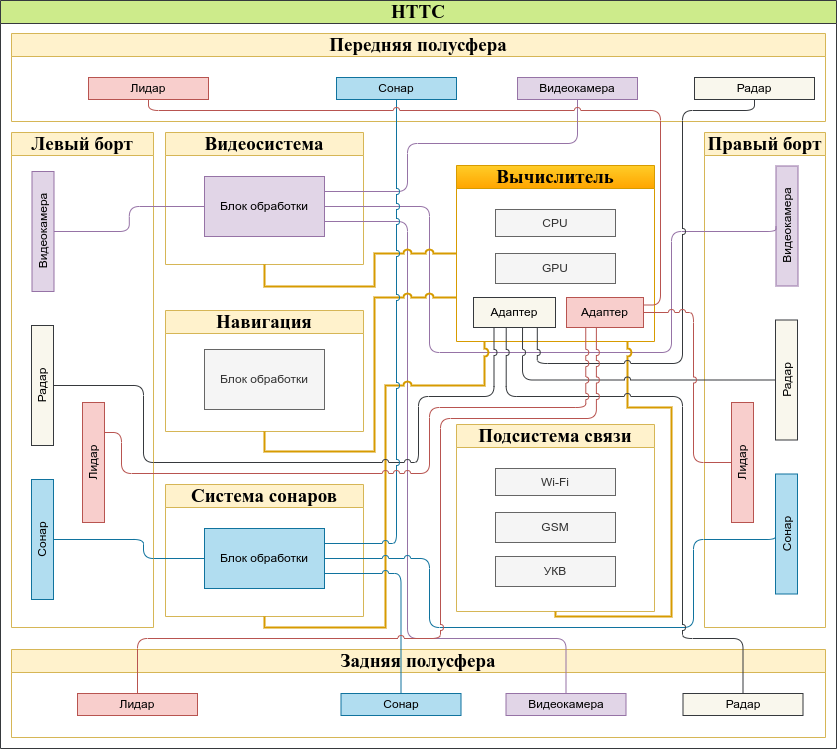
This is Dissertation/images/drawio/tech.drawio.png from dreddsa5dies/phd, a draw.io export, as it was before one commit. Source tidied: cells renumbered, new cells last; positions are measured from the earlier drawing's top-left corner, leaving out a move shared by most shapes.
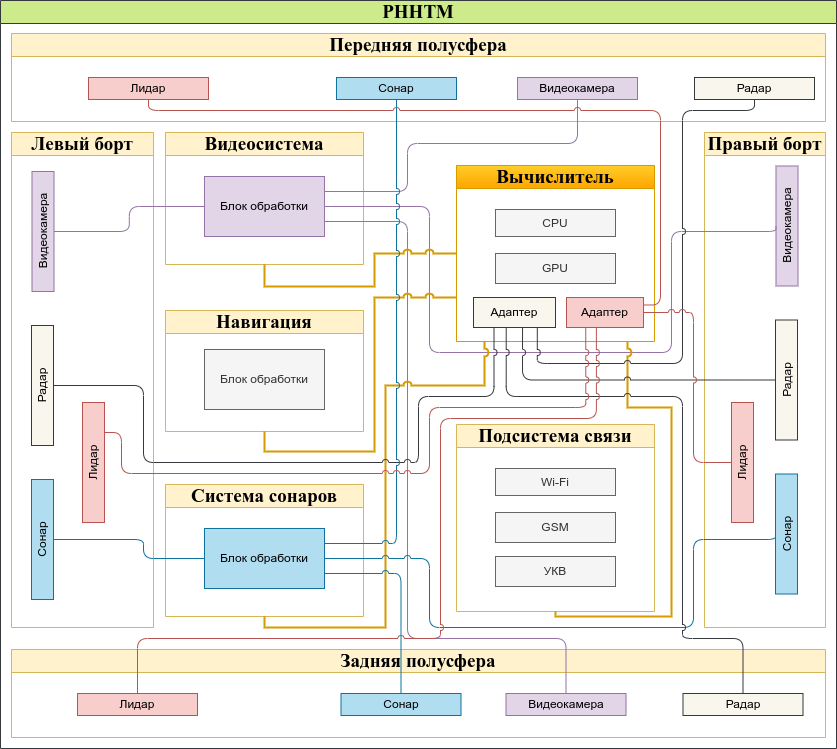
After the change.

Diff of the diagram source:
```diff
@@ -5,7 +5,7 @@
     <mxCell id="2" value="Передняя полусфера" style="swimlane;whiteSpace=wrap;html=1;fontFamily=Times New Roman;fontSize=19;flipH=1;fillColor=#fff2cc;strokeColor=#d6b656;" parent="1" vertex="1">
       <mxGeometry x="29" y="33" width="814" height="88" as="geometry" />
     </mxCell>
-    <mxCell id="3" value="НТТС" style="swimlane;whiteSpace=wrap;html=1;fontFamily=Times New Roman;fontSize=19;fillColor=#cdeb8b;strokeColor=#36393d;" parent="1" vertex="1">
+    <mxCell id="3" value="РННТМ" style="swimlane;whiteSpace=wrap;html=1;fontFamily=Times New Roman;fontSize=19;fillColor=#cdeb8b;strokeColor=#36393d;" parent="1" vertex="1">
       <mxGeometry x="18" width="836" height="748" as="geometry" />
     </mxCell>
     <mxCell id="4" value="Видеосистема" style="swimlane;whiteSpace=wrap;html=1;fontFamily=Times New Roman;fontSize=19;startSize=23;fillColor=#fff2cc;strokeColor=#d6b656;" parent="3" vertex="1">
```
